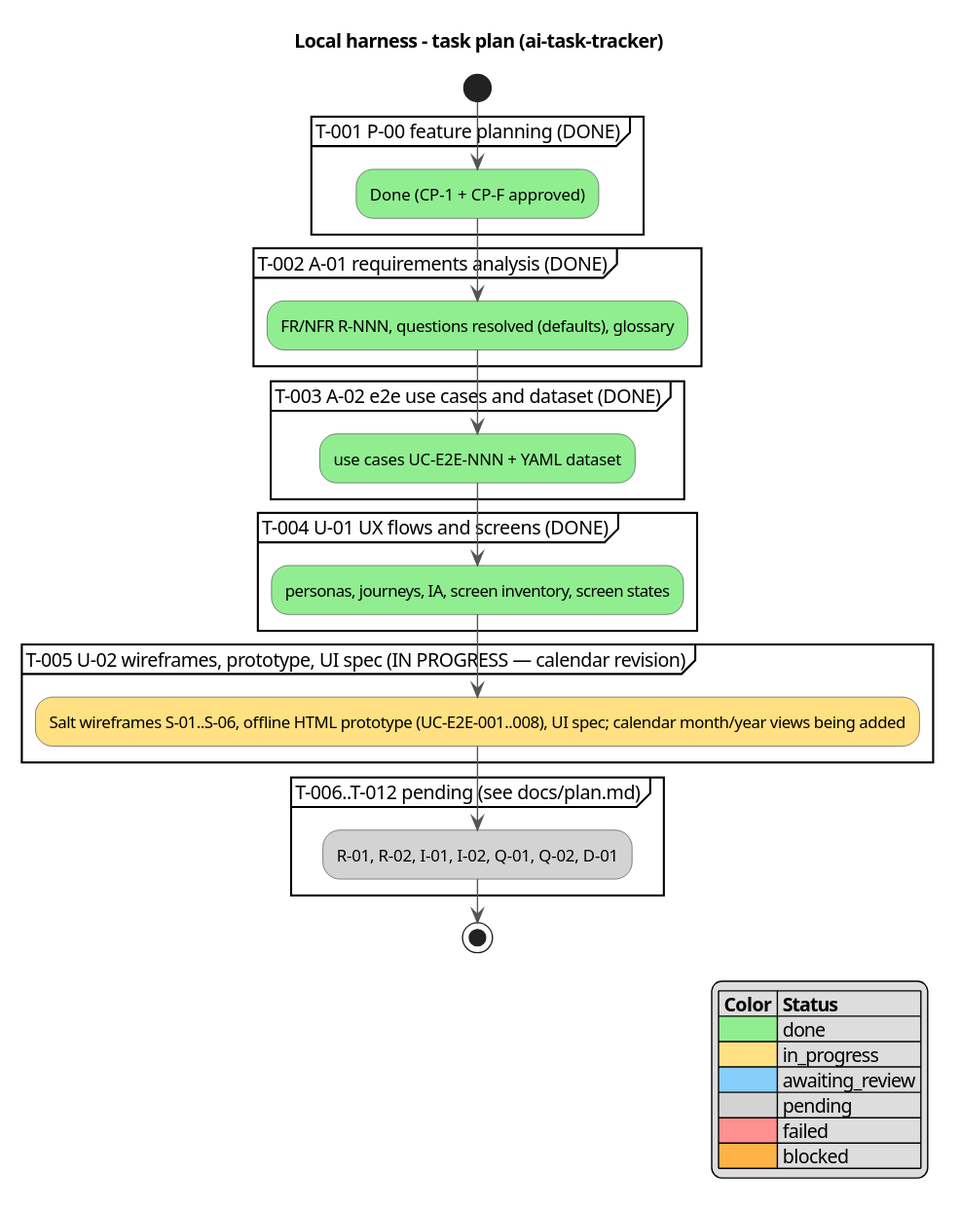
Earlier version of the PlantUML export docs/activity.svg (serge-sasov/ai-task-tracker).
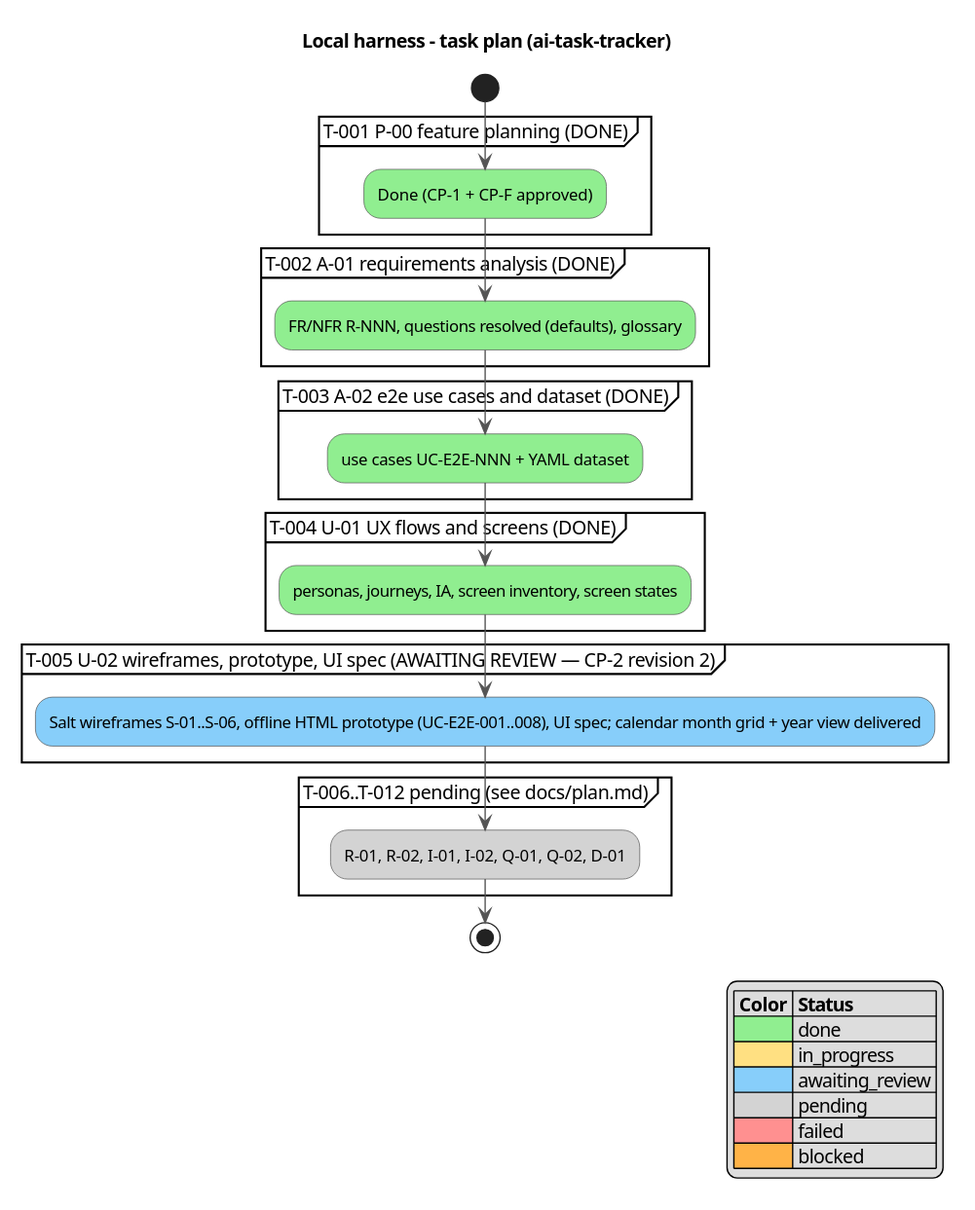
Later version of the same file.

Change to the diagram source:
```diff
@@ -18,8 +18,8 @@
 partition "T-004 U-01 UX flows and screens (DONE)" {
   :personas, journeys, IA, screen inventory, screen states; <<#90EE90>>
 }
-partition "T-005 U-02 wireframes, prototype, UI spec (IN PROGRESS — calendar revision)" {
-  :Salt wireframes S-01..S-06, offline HTML prototype (UC-E2E-001..008), UI spec; calendar month/year views being added; <<#FFE082>>
+partition "T-005 U-02 wireframes, prototype, UI spec (AWAITING REVIEW — CP-2 revision 2)" {
+  :Salt wireframes S-01..S-06, offline HTML prototype (UC-E2E-001..008), UI spec; calendar month grid + year view delivered; <<#87CEFA>>
 }
 partition "T-006..T-012 pending (see docs/plan.md)" {
   :R-01, R-02, I-01, I-02, Q-01, Q-02, D-01; <<#D3D3D3>>
```
